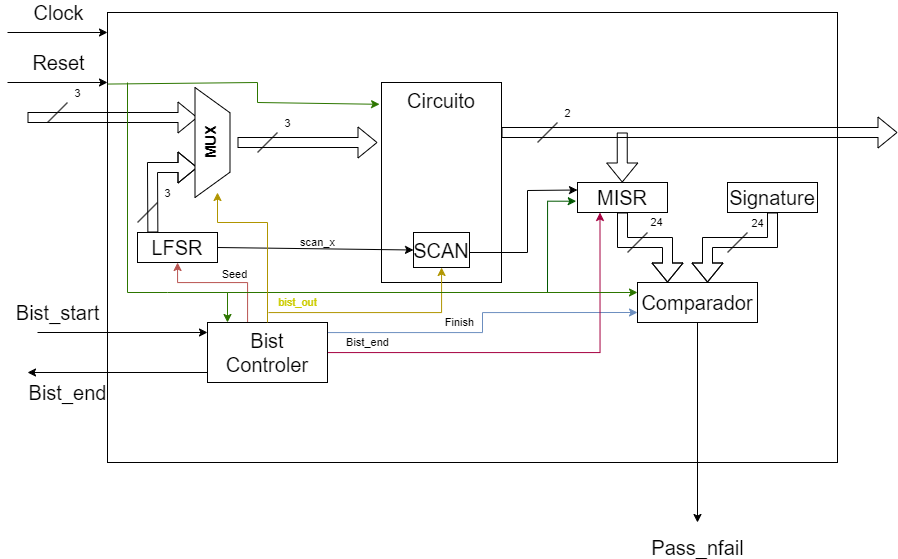
victor-macedo/PTFSE keeps this draw.io diagram as Projeto2/Diagramapng.png. Above is the earlier version. Source tidied: cells renumbered, new cells last; positions are measured from the earlier drawing's top-left corner, leaving out a move shared by most shapes.
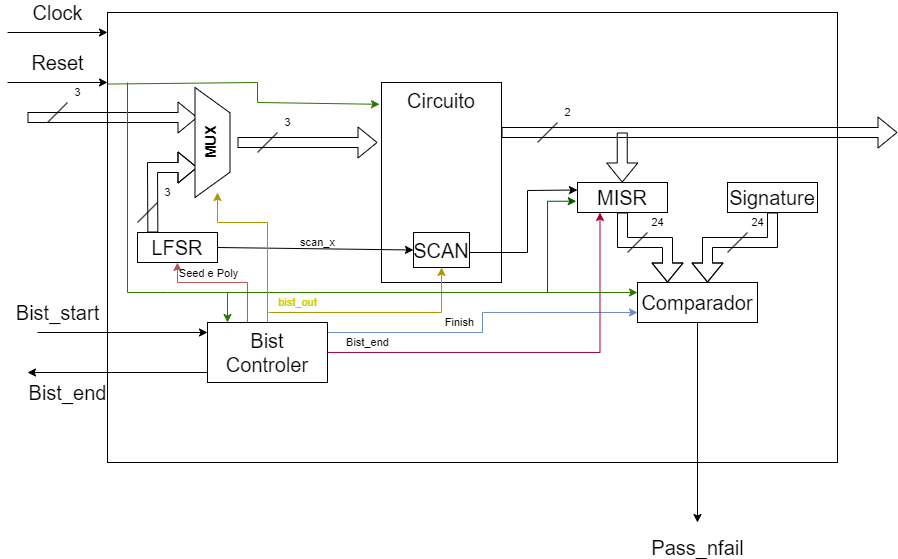
After the commit.

What changed in the source:
```diff
@@ -37,9 +37,9 @@
         </Array>
       </mxGeometry>
     </mxCell>
-    <mxCell id="8" value="Seed" style="edgeLabel;html=1;align=center;verticalAlign=middle;" parent="7" vertex="1">
+    <mxCell id="8" value="Seed e Poly" style="edgeLabel;html=1;align=center;verticalAlign=middle;labelBackgroundColor=none;" parent="7" vertex="1">
       <mxGeometry x="-0.17" y="1" relative="1" as="geometry">
-        <mxPoint y="-10" as="offset" />
+        <mxPoint x="-26" y="-10" as="offset" />
       </mxGeometry>
     </mxCell>
     <mxCell id="9" value="Finish" style="edgeStyle=orthogonalEdgeStyle;rounded=0;jettySize=auto;html=1;entryX=0;entryY=0.75;entryDx=0;entryDy=0;fillColor=#dae8fc;strokeColor=#6c8ebf;" parent="1" edge="1" source="11" target="28">
```
